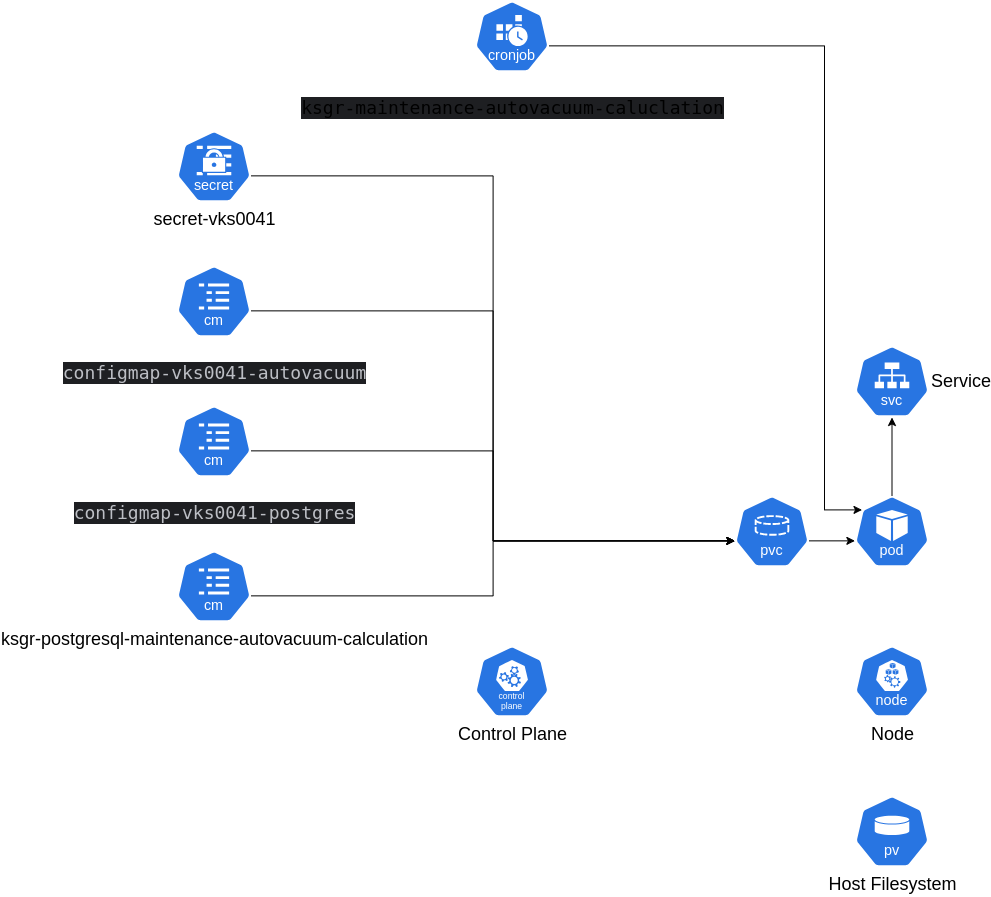
Above: src/source/presentation/maintenance-tool_autovacuum.png in TheOriginalGraLargeShrimpakaReaper/Diplomarbeit (draw.io), before the change. Source tidied: cells renumbered, new cells last; positions are measured from the earlier drawing's top-left corner, leaving out a move shared by most shapes.
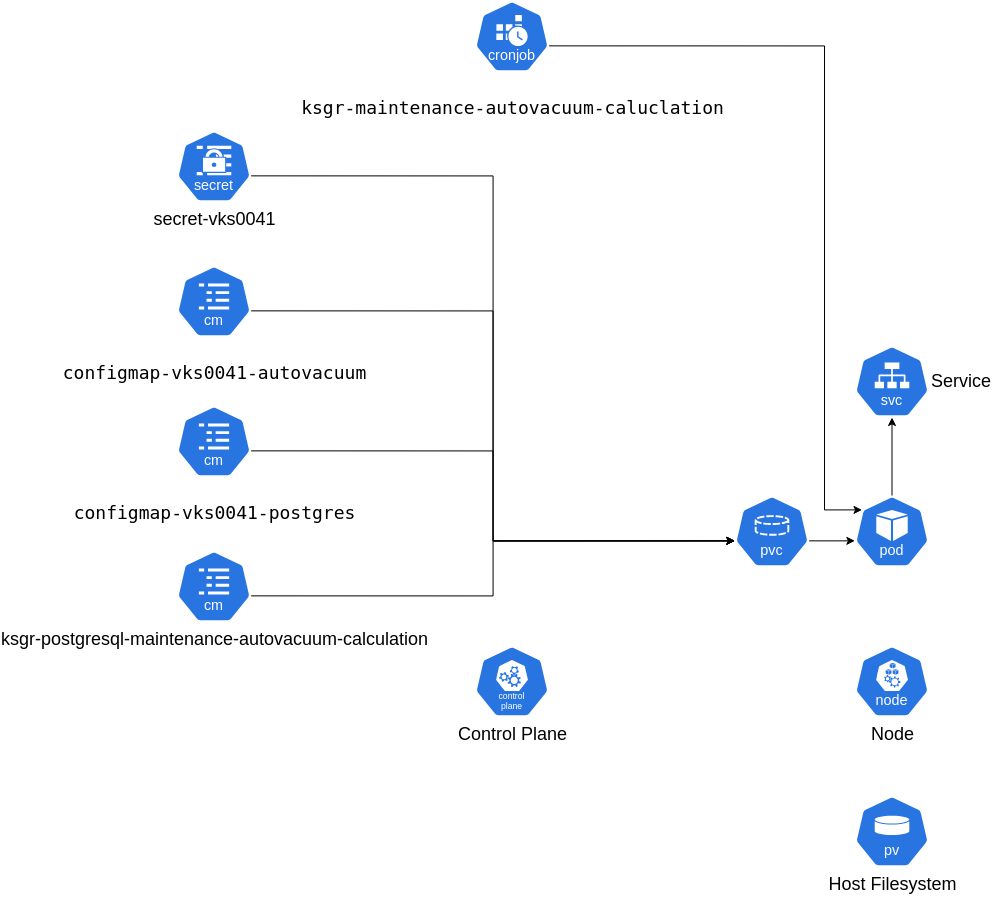
After the commit.

Diff of the diagram source:
```diff
@@ -14,7 +14,7 @@
     <mxCell id="5" value="Node" style="sketch=0;html=1;dashed=0;whitespace=wrap;fillColor=#2875E2;strokeColor=#ffffff;shape=mxgraph.kubernetes.icon2;kubernetesLabel=1;prIcon=node;verticalAlign=top;labelPosition=center;verticalLabelPosition=bottom;align=center;fontSize=18;" parent="1" vertex="1">
       <mxGeometry x="678" y="645" width="75" height="72" as="geometry" />
     </mxCell>
-    <mxCell id="6" value="&lt;div style=&quot;background-color: rgb(30, 31, 34);&quot;&gt;&lt;pre style=&quot;font-family: &amp;quot;JetBrains Mono&amp;quot;, monospace;&quot;&gt;&lt;font style=&quot;font-size: 18px;&quot;&gt;ksgr-maintenance-autovacuum-caluclation&lt;/font&gt;&lt;/pre&gt;&lt;/div&gt;" style="sketch=0;html=1;dashed=0;whitespace=wrap;fillColor=#2875E2;strokeColor=#ffffff;points=[[0.005,0.63,0],[0.1,0.2,0],[0.9,0.2,0],[0.5,0,0],[0.995,0.63,0],[0.72,0.99,0],[0.5,1,0],[0.28,0.99,0]];shape=mxgraph.kubernetes.icon2;kubernetesLabel=1;prIcon=cronjob;labelPosition=center;verticalLabelPosition=bottom;align=center;verticalAlign=top;fontSize=18;" parent="1" vertex="1">
+    <mxCell id="6" value="&lt;div style=&quot;&quot;&gt;&lt;pre style=&quot;font-family: &amp;quot;JetBrains Mono&amp;quot;, monospace;&quot;&gt;&lt;font style=&quot;font-size: 18px;&quot;&gt;ksgr-maintenance-autovacuum-caluclation&lt;/font&gt;&lt;/pre&gt;&lt;/div&gt;" style="sketch=0;html=1;dashed=0;whitespace=wrap;fillColor=#2875E2;strokeColor=#ffffff;points=[[0.005,0.63,0],[0.1,0.2,0],[0.9,0.2,0],[0.5,0,0],[0.995,0.63,0],[0.72,0.99,0],[0.5,1,0],[0.28,0.99,0]];shape=mxgraph.kubernetes.icon2;kubernetesLabel=1;prIcon=cronjob;labelPosition=center;verticalLabelPosition=bottom;align=center;verticalAlign=top;fontSize=18;" parent="1" vertex="1">
       <mxGeometry x="298" width="75" height="72" as="geometry" />
     </mxCell>
     <mxCell id="7" value="ksgr-postgresql-maintenance-autovacuum-calculation" style="sketch=0;html=1;dashed=0;whitespace=wrap;fillColor=#2875E2;strokeColor=#ffffff;points=[[0.005,0.63,0],[0.1,0.2,0],[0.9,0.2,0],[0.5,0,0],[0.995,0.63,0],[0.72,0.99,0],[0.5,1,0],[0.28,0.99,0]];shape=mxgraph.kubernetes.icon2;kubernetesLabel=1;prIcon=cm;fontSize=18;labelPosition=center;verticalLabelPosition=bottom;align=center;verticalAlign=top;" parent="1" vertex="1">
@@ -23,7 +23,7 @@
     <mxCell id="8" value="Control Plane" style="sketch=0;html=1;dashed=0;whitespace=wrap;fillColor=#2875E2;strokeColor=#ffffff;shape=mxgraph.kubernetes.icon2;kubernetesLabel=1;prIcon=control_plane;fontSize=18;labelPosition=center;verticalLabelPosition=bottom;align=center;verticalAlign=top;" parent="1" vertex="1">
       <mxGeometry x="298" y="645" width="75" height="72" as="geometry" />
     </mxCell>
-    <mxCell id="9" value="&lt;div style=&quot;background-color:#1e1f22;color:#bcbec4&quot;&gt;&lt;pre style=&quot;font-family: &amp;quot;JetBrains Mono&amp;quot;, monospace;&quot;&gt;&lt;font style=&quot;font-size: 18px;&quot;&gt;configmap-vks0041-postgres&lt;/font&gt;&lt;/pre&gt;&lt;/div&gt;" style="sketch=0;html=1;dashed=0;whitespace=wrap;fillColor=#2875E2;strokeColor=#ffffff;points=[[0.005,0.63,0],[0.1,0.2,0],[0.9,0.2,0],[0.5,0,0],[0.995,0.63,0],[0.72,0.99,0],[0.5,1,0],[0.28,0.99,0]];shape=mxgraph.kubernetes.icon2;kubernetesLabel=1;prIcon=cm;fontSize=18;labelPosition=center;verticalLabelPosition=bottom;align=center;verticalAlign=top;" parent="1" vertex="1">
+    <mxCell id="9" value="&lt;div style=&quot;&quot;&gt;&lt;pre style=&quot;font-family: &amp;quot;JetBrains Mono&amp;quot;, monospace;&quot;&gt;&lt;font style=&quot;font-size: 18px;&quot;&gt;configmap-vks0041-postgres&lt;/font&gt;&lt;/pre&gt;&lt;/div&gt;" style="sketch=0;html=1;dashed=0;whitespace=wrap;fillColor=#2875E2;strokeColor=#ffffff;points=[[0.005,0.63,0],[0.1,0.2,0],[0.9,0.2,0],[0.5,0,0],[0.995,0.63,0],[0.72,0.99,0],[0.5,1,0],[0.28,0.99,0]];shape=mxgraph.kubernetes.icon2;kubernetesLabel=1;prIcon=cm;fontSize=18;labelPosition=center;verticalLabelPosition=bottom;align=center;verticalAlign=top;" parent="1" vertex="1">
       <mxGeometry y="405" width="75" height="72" as="geometry" />
     </mxCell>
     <mxCell id="10" style="edgeStyle=orthogonalEdgeStyle;rounded=0;jettySize=auto;html=1;exitX=0.995;exitY=0.63;exitDx=0;exitDy=0;exitPerimeter=0;entryX=0.005;entryY=0.63;entryDx=0;entryDy=0;entryPerimeter=0;" parent="1" edge="1" source="7" target="3">
@@ -55,7 +55,7 @@
     <mxCell id="17" style="edgeStyle=orthogonalEdgeStyle;rounded=0;jettySize=auto;html=1;exitX=0.995;exitY=0.63;exitDx=0;exitDy=0;exitPerimeter=0;entryX=0.005;entryY=0.63;entryDx=0;entryDy=0;entryPerimeter=0;" parent="1" edge="1" source="2" target="3">
       <mxGeometry relative="1" as="geometry" />
     </mxCell>
-    <mxCell id="18" value="&lt;div style=&quot;background-color:#1e1f22;color:#bcbec4&quot;&gt;&lt;pre style=&quot;font-family: &amp;quot;JetBrains Mono&amp;quot;, monospace;&quot;&gt;&lt;font style=&quot;font-size: 18px;&quot;&gt;configmap-vks0041-autovacuum&lt;/font&gt;&lt;/pre&gt;&lt;/div&gt;" style="sketch=0;html=1;dashed=0;whitespace=wrap;fillColor=#2875E2;strokeColor=#ffffff;points=[[0.005,0.63,0],[0.1,0.2,0],[0.9,0.2,0],[0.5,0,0],[0.995,0.63,0],[0.72,0.99,0],[0.5,1,0],[0.28,0.99,0]];shape=mxgraph.kubernetes.icon2;kubernetesLabel=1;prIcon=cm;fontSize=18;labelPosition=center;verticalLabelPosition=bottom;align=center;verticalAlign=top;" parent="1" vertex="1">
+    <mxCell id="18" value="&lt;div style=&quot;&quot;&gt;&lt;pre style=&quot;font-family: &amp;quot;JetBrains Mono&amp;quot;, monospace;&quot;&gt;&lt;font style=&quot;font-size: 18px;&quot;&gt;configmap-vks0041-autovacuum&lt;/font&gt;&lt;/pre&gt;&lt;/div&gt;" style="sketch=0;html=1;dashed=0;whitespace=wrap;fillColor=#2875E2;strokeColor=#ffffff;points=[[0.005,0.63,0],[0.1,0.2,0],[0.9,0.2,0],[0.5,0,0],[0.995,0.63,0],[0.72,0.99,0],[0.5,1,0],[0.28,0.99,0]];shape=mxgraph.kubernetes.icon2;kubernetesLabel=1;prIcon=cm;fontSize=18;labelPosition=center;verticalLabelPosition=bottom;align=center;verticalAlign=top;" parent="1" vertex="1">
       <mxGeometry y="265" width="75" height="72" as="geometry" />
     </mxCell>
     <mxCell id="19" style="edgeStyle=orthogonalEdgeStyle;rounded=0;jettySize=auto;html=1;exitX=0.995;exitY=0.63;exitDx=0;exitDy=0;exitPerimeter=0;entryX=0.005;entryY=0.63;entryDx=0;entryDy=0;entryPerimeter=0;" parent="1" edge="1" source="18" target="3">
```
